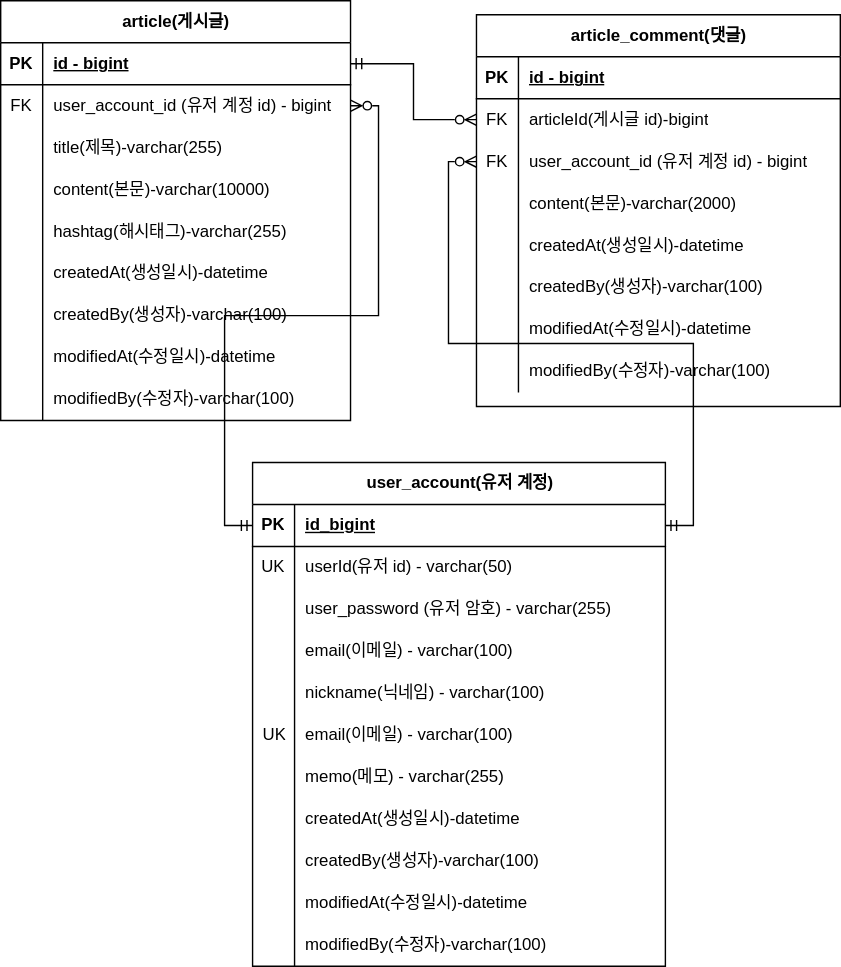
Earlier version of the draw.io export document/project-board-erd.drawio.svg (Kim-Hyeong-June/fastcampus-project-board). Source tidied: cells renumbered, new cells last; positions are measured from the earlier drawing's top-left corner, leaving out a move shared by most shapes.
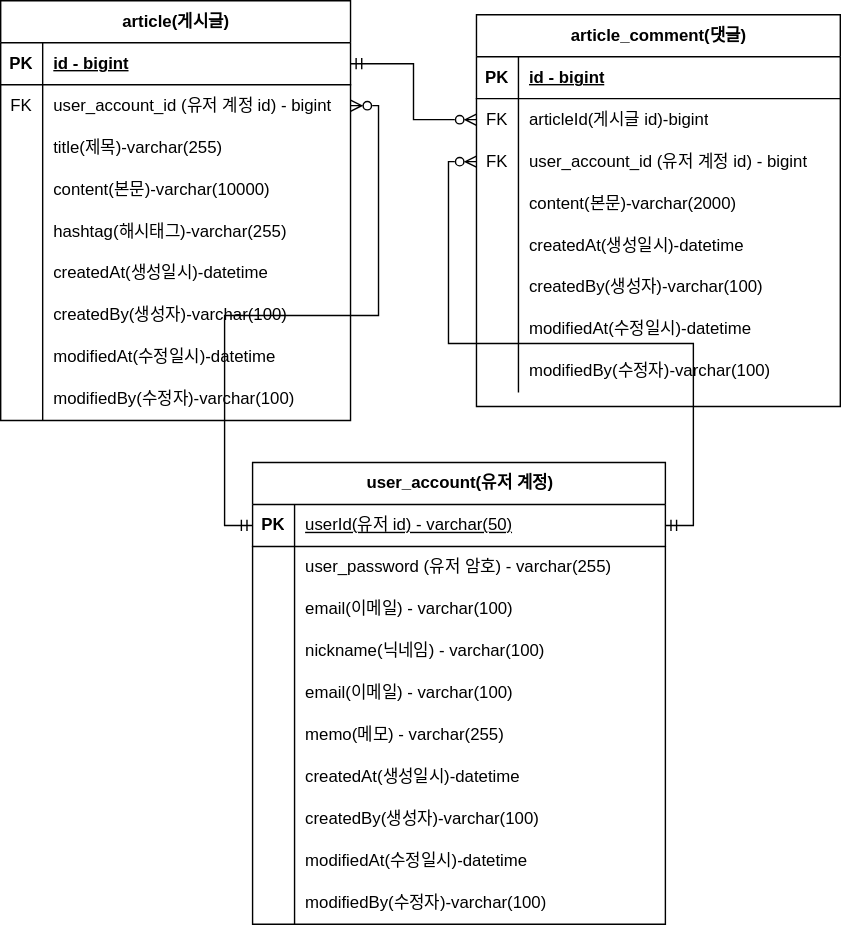
Above is the later version.

Commit message:
ERD 에 userId pk로 바꾸기

Change to the diagram source:
```diff
@@ -162,7 +162,7 @@
       <mxGeometry x="30" width="230" height="30" as="geometry" />
     </mxCell>
     <mxCell id="55" value="user_account(유저 계정)" style="shape=table;startSize=30;rowLines=0;fontStyle=1;align=center;html=1;" parent="1" vertex="1">
-      <mxGeometry x="180" y="330" width="295" height="360" as="geometry" />
+      <mxGeometry x="180" y="330" width="295" height="330" as="geometry" />
     </mxCell>
     <mxCell id="56" style="shape=tableRow;horizontal=0;startSize=0;swimlaneHead=0;swimlaneBody=0;fillColor=none;points=[[0,0.5],[1,0.5]];portConstraint=eastwest;top=0;left=0;right=0;bottom=1;" parent="55" vertex="1">
       <mxGeometry y="30" width="295" height="30" as="geometry" />
@@ -170,16 +170,16 @@
     <mxCell id="57" value="PK" style="shape=partialRectangle;fillColor=none;top=0;left=0;bottom=0;right=0;fontStyle=1;overflow=hidden;whiteSpace=wrap;html=1;" parent="56" vertex="1">
       <mxGeometry width="30" height="30" as="geometry" />
     </mxCell>
-    <mxCell id="58" value="id_bigint" style="shape=partialRectangle;fillColor=none;top=0;left=0;bottom=0;right=0;align=left;spacingLeft=6;fontStyle=5;overflow=hidden;whiteSpace=wrap;html=1;" parent="56" vertex="1">
+    <mxCell id="58" value="&lt;span style=&quot;font-weight: 400;&quot;&gt;userId(유저 id) - varchar(50)&lt;/span&gt;" style="shape=partialRectangle;fillColor=none;top=0;left=0;bottom=0;right=0;align=left;spacingLeft=6;fontStyle=5;overflow=hidden;whiteSpace=wrap;html=1;" parent="56" vertex="1">
       <mxGeometry x="30" width="265" height="30" as="geometry" />
     </mxCell>
     <mxCell id="59" style="shape=tableRow;horizontal=0;startSize=0;swimlaneHead=0;swimlaneBody=0;fillColor=none;top=0;left=0;right=0;bottom=0;" parent="55" vertex="1">
       <mxGeometry y="60" width="295" height="30" as="geometry" />
     </mxCell>
-    <mxCell id="60" value="UK" style="shape=partialRectangle;fillColor=none;top=0;left=0;bottom=0;right=0;overflow=hidden;whiteSpace=wrap;html=1;" parent="59" vertex="1">
+    <mxCell id="60" style="shape=partialRectangle;fillColor=none;top=0;left=0;bottom=0;right=0;overflow=hidden;whiteSpace=wrap;html=1;" parent="59" vertex="1">
       <mxGeometry width="30" height="30" as="geometry" />
     </mxCell>
-    <mxCell id="61" value="userId(유저 id) - varchar(50)" style="shape=partialRectangle;fillColor=none;top=0;left=0;bottom=0;right=0;align=left;spacingLeft=6;overflow=hidden;whiteSpace=wrap;html=1;" parent="59" vertex="1">
+    <mxCell id="61" value="user_password (유저 암호) - varchar(255)" style="shape=partialRectangle;fillColor=none;top=0;left=0;bottom=0;right=0;align=left;spacingLeft=6;overflow=hidden;whiteSpace=wrap;html=1;" parent="59" vertex="1">
       <mxGeometry x="30" width="265" height="30" as="geometry" />
     </mxCell>
     <mxCell id="62" style="shape=tableRow;horizontal=0;startSize=0;swimlaneHead=0;swimlaneBody=0;fillColor=none;top=0;left=0;right=0;bottom=0;" parent="55" vertex="1">
@@ -188,7 +188,7 @@
     <mxCell id="63" style="shape=partialRectangle;fillColor=none;top=0;left=0;bottom=0;right=0;overflow=hidden;whiteSpace=wrap;html=1;" parent="62" vertex="1">
       <mxGeometry width="30" height="30" as="geometry" />
     </mxCell>
-    <mxCell id="64" value="user_password (유저 암호) - varchar(255)" style="shape=partialRectangle;fillColor=none;top=0;left=0;bottom=0;right=0;align=left;spacingLeft=6;overflow=hidden;whiteSpace=wrap;html=1;" parent="62" vertex="1">
+    <mxCell id="64" value="email(이메일) - varchar(100)" style="shape=partialRectangle;fillColor=none;top=0;left=0;bottom=0;right=0;align=left;spacingLeft=6;overflow=hidden;whiteSpace=wrap;html=1;" parent="62" vertex="1">
       <mxGeometry x="30" width="265" height="30" as="geometry" />
     </mxCell>
     <mxCell id="65" style="shape=tableRow;horizontal=0;startSize=0;swimlaneHead=0;swimlaneBody=0;fillColor=none;top=0;left=0;right=0;bottom=0;" parent="55" vertex="1">
@@ -197,7 +197,7 @@
     <mxCell id="66" style="shape=partialRectangle;fillColor=none;top=0;left=0;bottom=0;right=0;overflow=hidden;whiteSpace=wrap;html=1;" parent="65" vertex="1">
       <mxGeometry width="30" height="30" as="geometry" />
     </mxCell>
-    <mxCell id="67" value="email(이메일) - varchar(100)" style="shape=partialRectangle;fillColor=none;top=0;left=0;bottom=0;right=0;align=left;spacingLeft=6;overflow=hidden;whiteSpace=wrap;html=1;" parent="65" vertex="1">
+    <mxCell id="67" value="nickname(닉네임) - varchar(100)" style="shape=partialRectangle;fillColor=none;top=0;left=0;bottom=0;right=0;align=left;spacingLeft=6;overflow=hidden;whiteSpace=wrap;html=1;" parent="65" vertex="1">
       <mxGeometry x="30" width="265" height="30" as="geometry" />
     </mxCell>
     <mxCell id="68" style="shape=tableRow;horizontal=0;startSize=0;swimlaneHead=0;swimlaneBody=0;fillColor=none;top=0;left=0;right=0;bottom=0;" parent="55" vertex="1">
@@ -206,7 +206,7 @@
     <mxCell id="69" style="shape=partialRectangle;fillColor=none;top=0;left=0;bottom=0;right=0;overflow=hidden;whiteSpace=wrap;html=1;" parent="68" vertex="1">
       <mxGeometry width="30" height="30" as="geometry" />
     </mxCell>
-    <mxCell id="70" value="nickname(닉네임) - varchar(100)" style="shape=partialRectangle;fillColor=none;top=0;left=0;bottom=0;right=0;align=left;spacingLeft=6;overflow=hidden;whiteSpace=wrap;html=1;" parent="68" vertex="1">
+    <mxCell id="70" value="email(이메일) - varchar(100)" style="shape=partialRectangle;fillColor=none;top=0;left=0;bottom=0;right=0;align=left;spacingLeft=6;overflow=hidden;whiteSpace=wrap;html=1;" parent="68" vertex="1">
       <mxGeometry x="30" width="265" height="30" as="geometry" />
     </mxCell>
     <mxCell id="71" style="shape=tableRow;horizontal=0;startSize=0;swimlaneHead=0;swimlaneBody=0;fillColor=none;top=0;left=0;right=0;bottom=0;" parent="55" vertex="1">
@@ -215,7 +215,7 @@
     <mxCell id="72" style="shape=partialRectangle;fillColor=none;top=0;left=0;bottom=0;right=0;overflow=hidden;whiteSpace=wrap;html=1;" parent="71" vertex="1">
       <mxGeometry width="30" height="30" as="geometry" />
     </mxCell>
-    <mxCell id="73" value="email(이메일) - varchar(100)" style="shape=partialRectangle;fillColor=none;top=0;left=0;bottom=0;right=0;align=left;spacingLeft=6;overflow=hidden;whiteSpace=wrap;html=1;" parent="71" vertex="1">
+    <mxCell id="73" value="memo(메모) - varchar(255)" style="shape=partialRectangle;fillColor=none;top=0;left=0;bottom=0;right=0;align=left;spacingLeft=6;overflow=hidden;whiteSpace=wrap;html=1;" parent="71" vertex="1">
       <mxGeometry x="30" width="265" height="30" as="geometry" />
     </mxCell>
     <mxCell id="74" style="shape=tableRow;horizontal=0;startSize=0;swimlaneHead=0;swimlaneBody=0;fillColor=none;top=0;left=0;right=0;bottom=0;" parent="55" vertex="1">
@@ -224,7 +224,7 @@
     <mxCell id="75" style="shape=partialRectangle;fillColor=none;top=0;left=0;bottom=0;right=0;overflow=hidden;whiteSpace=wrap;html=1;" parent="74" vertex="1">
       <mxGeometry width="30" height="30" as="geometry" />
     </mxCell>
-    <mxCell id="76" value="memo(메모) - varchar(255)" style="shape=partialRectangle;fillColor=none;top=0;left=0;bottom=0;right=0;align=left;spacingLeft=6;overflow=hidden;whiteSpace=wrap;html=1;" parent="74" vertex="1">
+    <mxCell id="76" value="createdAt(생성일시)-datetime" style="shape=partialRectangle;fillColor=none;top=0;left=0;bottom=0;right=0;align=left;spacingLeft=6;overflow=hidden;whiteSpace=wrap;html=1;" parent="74" vertex="1">
       <mxGeometry x="30" width="265" height="30" as="geometry" />
     </mxCell>
     <mxCell id="77" style="shape=tableRow;horizontal=0;startSize=0;swimlaneHead=0;swimlaneBody=0;fillColor=none;top=0;left=0;right=0;bottom=0;" parent="55" vertex="1">
@@ -233,7 +233,7 @@
     <mxCell id="78" style="shape=partialRectangle;fillColor=none;top=0;left=0;bottom=0;right=0;overflow=hidden;whiteSpace=wrap;html=1;" parent="77" vertex="1">
       <mxGeometry width="30" height="30" as="geometry" />
     </mxCell>
-    <mxCell id="79" value="createdAt(생성일시)-datetime" style="shape=partialRectangle;fillColor=none;top=0;left=0;bottom=0;right=0;align=left;spacingLeft=6;overflow=hidden;whiteSpace=wrap;html=1;" parent="77" vertex="1">
+    <mxCell id="79" value="createdBy(생성자)-varchar(100)" style="shape=partialRectangle;fillColor=none;top=0;left=0;bottom=0;right=0;align=left;spacingLeft=6;overflow=hidden;whiteSpace=wrap;html=1;" parent="77" vertex="1">
       <mxGeometry x="30" width="265" height="30" as="geometry" />
     </mxCell>
     <mxCell id="80" style="shape=tableRow;horizontal=0;startSize=0;swimlaneHead=0;swimlaneBody=0;fillColor=none;top=0;left=0;right=0;bottom=0;" parent="55" vertex="1">
@@ -242,7 +242,7 @@
     <mxCell id="81" style="shape=partialRectangle;fillColor=none;top=0;left=0;bottom=0;right=0;overflow=hidden;whiteSpace=wrap;html=1;" parent="80" vertex="1">
       <mxGeometry width="30" height="30" as="geometry" />
     </mxCell>
-    <mxCell id="82" value="createdBy(생성자)-varchar(100)" style="shape=partialRectangle;fillColor=none;top=0;left=0;bottom=0;right=0;align=left;spacingLeft=6;overflow=hidden;whiteSpace=wrap;html=1;" parent="80" vertex="1">
+    <mxCell id="82" value="modifiedAt(수정일시)-datetime" style="shape=partialRectangle;fillColor=none;top=0;left=0;bottom=0;right=0;align=left;spacingLeft=6;overflow=hidden;whiteSpace=wrap;html=1;" parent="80" vertex="1">
       <mxGeometry x="30" width="265" height="30" as="geometry" />
     </mxCell>
     <mxCell id="83" style="shape=tableRow;horizontal=0;startSize=0;swimlaneHead=0;swimlaneBody=0;fillColor=none;top=0;left=0;right=0;bottom=0;" parent="55" vertex="1">
@@ -251,18 +251,9 @@
     <mxCell id="84" style="shape=partialRectangle;fillColor=none;top=0;left=0;bottom=0;right=0;overflow=hidden;whiteSpace=wrap;html=1;" parent="83" vertex="1">
       <mxGeometry width="30" height="30" as="geometry" />
     </mxCell>
-    <mxCell id="85" value="modifiedAt(수정일시)-datetime" style="shape=partialRectangle;fillColor=none;top=0;left=0;bottom=0;right=0;align=left;spacingLeft=6;overflow=hidden;whiteSpace=wrap;html=1;" parent="83" vertex="1">
+    <mxCell id="85" value="modifiedBy(수정자)-varchar(100)" style="shape=partialRectangle;fillColor=none;top=0;left=0;bottom=0;right=0;align=left;spacingLeft=6;overflow=hidden;whiteSpace=wrap;html=1;" parent="83" vertex="1">
       <mxGeometry x="30" width="265" height="30" as="geometry" />
     </mxCell>
-    <mxCell id="86" style="shape=tableRow;horizontal=0;startSize=0;swimlaneHead=0;swimlaneBody=0;fillColor=none;top=0;left=0;right=0;bottom=0;" parent="55" vertex="1">
-      <mxGeometry y="330" width="295" height="30" as="geometry" />
-    </mxCell>
-    <mxCell id="87" style="shape=partialRectangle;fillColor=none;top=0;left=0;bottom=0;right=0;overflow=hidden;whiteSpace=wrap;html=1;" parent="86" vertex="1">
-      <mxGeometry width="30" height="30" as="geometry" />
-    </mxCell>
-    <mxCell id="88" value="modifiedBy(수정자)-varchar(100)" style="shape=partialRectangle;fillColor=none;top=0;left=0;bottom=0;right=0;align=left;spacingLeft=6;overflow=hidden;whiteSpace=wrap;html=1;" parent="86" vertex="1">
-      <mxGeometry x="30" width="265" height="30" as="geometry" />
-    </mxCell>
     <mxCell id="89" style="edgeStyle=orthogonalEdgeStyle;rounded=0;jettySize=auto;html=1;exitX=1;exitY=0.5;exitDx=0;exitDy=0;endArrow=ERzeroToMany;endFill=0;startArrow=ERmandOne;startFill=0;entryX=0;entryY=0.5;entryDx=0;entryDy=0;" parent="1" edge="1" source="3" target="34">
       <mxGeometry relative="1" as="geometry" />
     </mxCell>
@@ -272,8 +263,5 @@
     <mxCell id="91" style="edgeStyle=orthogonalEdgeStyle;rounded=0;jettySize=auto;html=1;exitX=0;exitY=0.5;exitDx=0;exitDy=0;entryX=1;entryY=0.5;entryDx=0;entryDy=0;endArrow=ERmandOne;endFill=0;startArrow=ERzeroToMany;startFill=0;" parent="1" edge="1" source="37" target="56">
       <mxGeometry relative="1" as="geometry" />
     </mxCell>
-    <mxCell id="92" value="UK" style="shape=partialRectangle;fillColor=none;top=0;left=0;bottom=0;right=0;overflow=hidden;whiteSpace=wrap;html=1;" parent="1" vertex="1">
-      <mxGeometry x="181" y="510" width="30" height="30" as="geometry" />
-    </mxCell>
   </root>
 </mxGraphModel>
```
